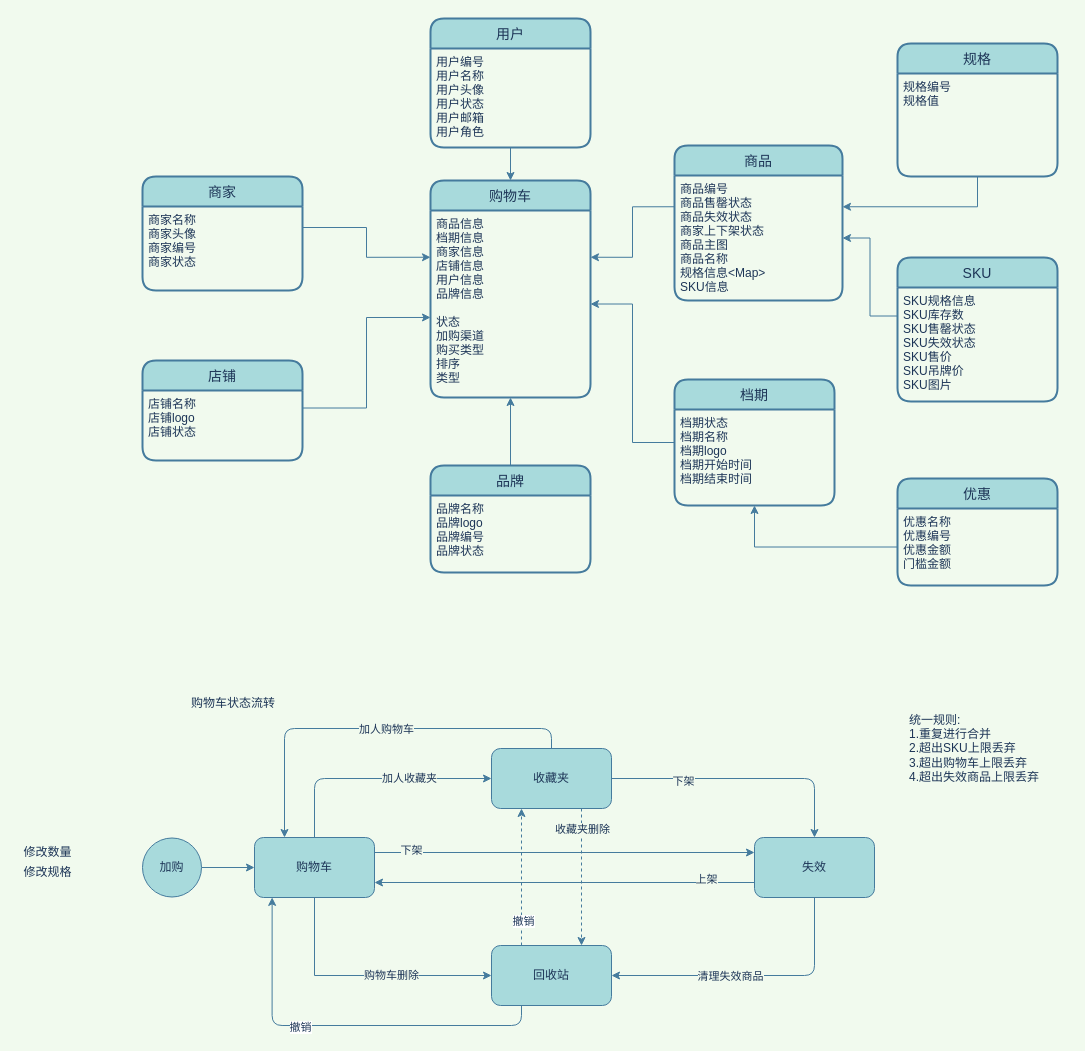
The draw.io diagram 购物车领域模型图.drawio in mingtian110/pc_home, before the edit. Source tidied: cells renumbered, new cells numbered last; positions are measured from the earlier drawing's top-left corner, leaving out a move shared by most shapes. Both pictures are drawn from the tidied source at 100%, with x=0, y=0 at pixel (17, 18).
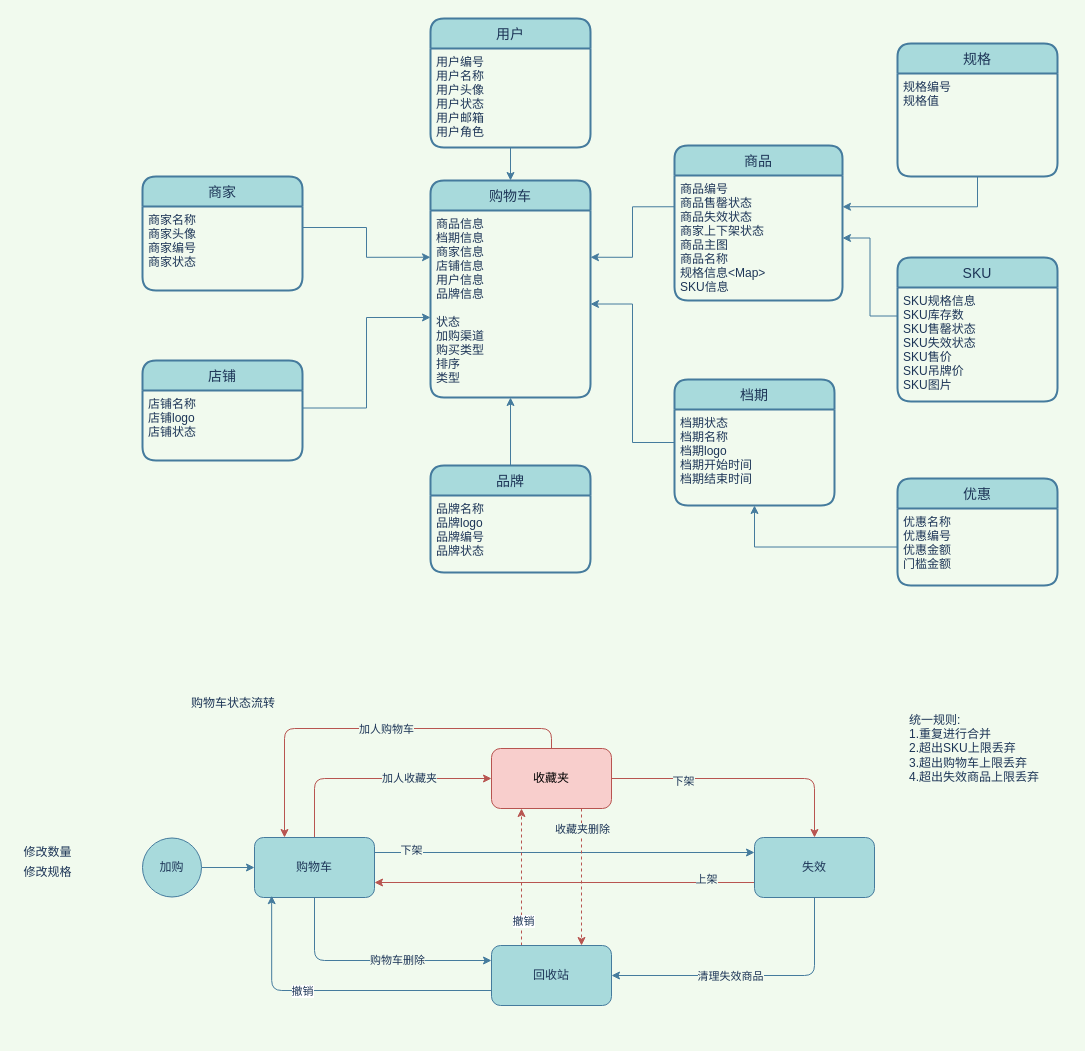
Above is the later version.

Commit message:
更新购物车领域模型图.drawio

Unchanged cells that the change refers to:
```xml
<mxCell id="37" value="购物车" style="rounded=1;whiteSpace=wrap;html=1;fillColor=#A8DADC;strokeColor=#457B9D;fontColor=#1D3557;" parent="1" vertex="1">
  <mxGeometry x="237" y="819" width="120" height="60" as="geometry" />
</mxCell>
<mxCell id="49" value="失效" style="rounded=1;whiteSpace=wrap;html=1;fillColor=#A8DADC;strokeColor=#457B9D;fontColor=#1D3557;" parent="1" vertex="1">
  <mxGeometry x="737" y="819" width="120" height="60" as="geometry" />
</mxCell>
<mxCell id="54" value="回收站" style="rounded=1;whiteSpace=wrap;html=1;fillColor=#A8DADC;strokeColor=#457B9D;fontColor=#1D3557;" parent="1" vertex="1">
  <mxGeometry x="474" y="927" width="120" height="60" as="geometry" />
</mxCell>
```

What changed in the source:
```diff
@@
-    <mxCell id="31" style="edgeStyle=orthogonalEdgeStyle;rounded=1;jettySize=auto;html=1;exitX=0.5;exitY=0;exitDx=0;exitDy=0;entryX=0;entryY=0.5;entryDx=0;entryDy=0;strokeColor=#457B9D;fontColor=#1D3557;labelBackgroundColor=#F1FAEE;" parent="1" edge="1" source="37" target="44">
+    <mxCell id="31" style="edgeStyle=orthogonalEdgeStyle;rounded=1;jettySize=auto;html=1;exitX=0.5;exitY=0;exitDx=0;exitDy=0;entryX=0;entryY=0.5;entryDx=0;entryDy=0;strokeColor=#b85450;fontColor=#1D3557;labelBackgroundColor=#F1FAEE;fillColor=#f8cecc;" parent="1" edge="1" source="37" target="44">
       <mxGeometry relative="1" as="geometry" />
     </mxCell>
@@
-    <mxCell id="33" style="edgeStyle=orthogonalEdgeStyle;rounded=0;jettySize=auto;html=1;exitX=0.5;exitY=1;exitDx=0;exitDy=0;entryX=0;entryY=0.5;entryDx=0;entryDy=0;strokeColor=#457B9D;fontColor=#1D3557;labelBackgroundColor=#F1FAEE;" parent="1" edge="1" source="37" target="54">
-      <mxGeometry relative="1" as="geometry" />
+    <mxCell id="33" style="edgeStyle=orthogonalEdgeStyle;rounded=1;jettySize=auto;html=1;exitX=0.5;exitY=1;exitDx=0;exitDy=0;entryX=0;entryY=0.25;entryDx=0;entryDy=0;strokeColor=#457B9D;fontColor=#1D3557;labelBackgroundColor=#F1FAEE;" parent="1" edge="1" source="37" target="54">
+      <mxGeometry relative="1" as="geometry">
+        <Array as="points">
+          <mxPoint x="297" y="942" />
+        </Array>
+      </mxGeometry>
     </mxCell>
@@
-    <mxCell id="38" style="edgeStyle=orthogonalEdgeStyle;rounded=1;jettySize=auto;html=1;exitX=1;exitY=0.5;exitDx=0;exitDy=0;strokeColor=#457B9D;fontColor=#1D3557;labelBackgroundColor=#F1FAEE;" parent="1" edge="1" source="44" target="49">
+    <mxCell id="38" style="edgeStyle=orthogonalEdgeStyle;rounded=1;jettySize=auto;html=1;exitX=1;exitY=0.5;exitDx=0;exitDy=0;strokeColor=#b85450;fontColor=#1D3557;labelBackgroundColor=#F1FAEE;fillColor=#f8cecc;" parent="1" edge="1" source="44" target="49">
       <mxGeometry relative="1" as="geometry" />
     </mxCell>
@@
-    <mxCell id="40" style="edgeStyle=orthogonalEdgeStyle;rounded=0;jettySize=auto;html=1;exitX=0.75;exitY=1;exitDx=0;exitDy=0;dashed=1;strokeColor=#457B9D;fontColor=#1D3557;labelBackgroundColor=#F1FAEE;entryX=0.75;entryY=0;entryDx=0;entryDy=0;" parent="1" edge="1" source="44" target="54">
+    <mxCell id="40" style="edgeStyle=orthogonalEdgeStyle;rounded=0;jettySize=auto;html=1;exitX=0.75;exitY=1;exitDx=0;exitDy=0;dashed=1;strokeColor=#b85450;fontColor=#1D3557;labelBackgroundColor=#F1FAEE;entryX=0.75;entryY=0;entryDx=0;entryDy=0;fillColor=#f8cecc;" parent="1" edge="1" source="44" target="54">
       <mxGeometry relative="1" as="geometry" />
     </mxCell>
@@
-    <mxCell id="42" style="edgeStyle=orthogonalEdgeStyle;rounded=1;jettySize=auto;html=1;exitX=0.5;exitY=0;exitDx=0;exitDy=0;entryX=0.25;entryY=0;entryDx=0;entryDy=0;strokeColor=#457B9D;fontColor=#1D3557;labelBackgroundColor=#F1FAEE;" parent="1" edge="1" source="44" target="37">
+    <mxCell id="42" style="edgeStyle=orthogonalEdgeStyle;rounded=1;jettySize=auto;html=1;exitX=0.5;exitY=0;exitDx=0;exitDy=0;entryX=0.25;entryY=0;entryDx=0;entryDy=0;strokeColor=#b85450;fontColor=#1D3557;labelBackgroundColor=#F1FAEE;fillColor=#f8cecc;" parent="1" edge="1" source="44" target="37">
       <mxGeometry relative="1" as="geometry" />
     </mxCell>
@@
-    <mxCell id="44" value="收藏夹" style="rounded=1;whiteSpace=wrap;html=1;fillColor=#A8DADC;strokeColor=#457B9D;fontColor=#1D3557;" parent="1" vertex="1">
+    <mxCell id="44" value="收藏夹" style="rounded=1;whiteSpace=wrap;html=1;fillColor=#f8cecc;strokeColor=#b85450;" parent="1" vertex="1">
       <mxGeometry x="474" y="730" width="120" height="60" as="geometry" />
     </mxCell>
@@
-    <mxCell id="47" style="edgeStyle=orthogonalEdgeStyle;rounded=1;jettySize=auto;html=1;exitX=0;exitY=0.75;exitDx=0;exitDy=0;entryX=1;entryY=0.75;entryDx=0;entryDy=0;fontColor=#1D3557;labelBackgroundColor=#F1FAEE;strokeColor=#457B9D;" parent="1" edge="1" source="49" target="37">
+    <mxCell id="47" style="edgeStyle=orthogonalEdgeStyle;rounded=1;jettySize=auto;html=1;exitX=0;exitY=0.75;exitDx=0;exitDy=0;entryX=1;entryY=0.75;entryDx=0;entryDy=0;fontColor=#1D3557;labelBackgroundColor=#F1FAEE;strokeColor=#b85450;fillColor=#f8cecc;" parent="1" edge="1" source="49" target="37">
       <mxGeometry relative="1" as="geometry" />
     </mxCell>
@@
+    <mxCell id="52" style="edgeStyle=orthogonalEdgeStyle;curved=0;rounded=1;sketch=0;jettySize=auto;html=1;exitX=0.25;exitY=0;exitDx=0;exitDy=0;entryX=0.25;entryY=1;entryDx=0;entryDy=0;strokeColor=#b85450;fillColor=#f8cecc;fontColor=#1D3557;dashed=1;" parent="1" edge="1" source="54" target="44">
+      <mxGeometry relative="1" as="geometry" />
+    </mxCell>
+    <mxCell id="53" value="撤销" style="edgeLabel;html=1;align=center;verticalAlign=middle;fontColor=#1D3557;" parent="52" vertex="1">
+      <mxGeometry x="-0.64" y="-1" relative="1" as="geometry" />
+    </mxCell>
-    <mxCell id="50" style="edgeStyle=orthogonalEdgeStyle;curved=0;rounded=1;sketch=0;jettySize=auto;html=1;exitX=0.25;exitY=1;exitDx=0;exitDy=0;entryX=0.147;entryY=0.998;entryDx=0;entryDy=0;entryPerimeter=0;strokeColor=#457B9D;fillColor=#A8DADC;fontColor=#1D3557;" parent="1" edge="1" source="54" target="37">
+    <mxCell id="50" style="edgeStyle=orthogonalEdgeStyle;rounded=1;sketch=0;jettySize=auto;html=1;exitX=0;exitY=0.75;exitDx=0;exitDy=0;entryX=0.143;entryY=0.97;entryDx=0;entryDy=0;entryPerimeter=0;strokeColor=#457B9D;fillColor=#A8DADC;fontColor=#1D3557;" parent="1" edge="1" source="54" target="37">
       <mxGeometry relative="1" as="geometry" />
     </mxCell>
     <mxCell id="51" value="撤销" style="edgeLabel;html=1;align=center;verticalAlign=middle;fontColor=#1D3557;" parent="50" vertex="1">
-      <mxGeometry x="0.22" y="1" relative="1" as="geometry" />
+      <mxGeometry x="0.21" relative="1" as="geometry" />
     </mxCell>
-    <mxCell id="52" style="edgeStyle=orthogonalEdgeStyle;curved=0;rounded=1;sketch=0;jettySize=auto;html=1;exitX=0.25;exitY=0;exitDx=0;exitDy=0;entryX=0.25;entryY=1;entryDx=0;entryDy=0;strokeColor=#457B9D;fillColor=#A8DADC;fontColor=#1D3557;dashed=1;" parent="1" edge="1" source="54" target="44">
-      <mxGeometry relative="1" as="geometry" />
-    </mxCell>
-    <mxCell id="53" value="撤销" style="edgeLabel;html=1;align=center;verticalAlign=middle;fontColor=#1D3557;" parent="52" vertex="1">
-      <mxGeometry x="-0.64" y="-1" relative="1" as="geometry" />
-    </mxCell>
```
